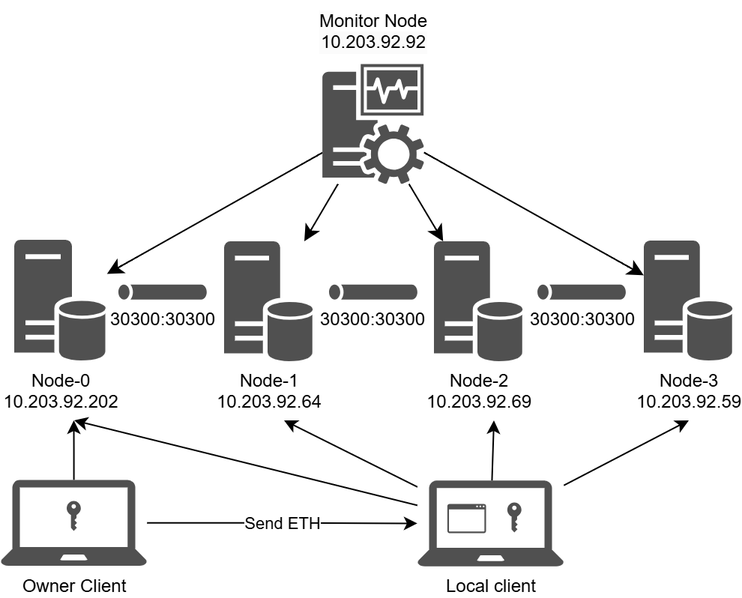
Above: images/node.png in c0a22098ea/web3-infrastructure (draw.io), before the change. Source tidied: cells renumbered, new cells last; positions are measured from the earlier drawing's top-left corner, leaving out a move shared by most shapes. Source of this version:
```xml
<mxGraphModel>
  <root>
    <mxCell id="0" />
    <mxCell id="1" parent="0" />
    <mxCell id="2" style="edgeStyle=none;curved=1;rounded=0;jettySize=auto;html=1;fontSize=12;startSize=8;endSize=8;" parent="1" edge="1" source="6" target="7">
      <mxGeometry relative="1" as="geometry" />
    </mxCell>
    <mxCell id="3" style="edgeStyle=none;curved=1;rounded=0;jettySize=auto;html=1;fontSize=12;startSize=8;endSize=8;" parent="1" edge="1" source="6" target="8">
      <mxGeometry relative="1" as="geometry" />
    </mxCell>
    <mxCell id="4" style="edgeStyle=none;curved=1;rounded=0;jettySize=auto;html=1;fontSize=12;startSize=8;endSize=8;" parent="1" edge="1" source="6" target="9">
      <mxGeometry relative="1" as="geometry" />
    </mxCell>
    <mxCell id="5" style="edgeStyle=none;curved=1;rounded=0;jettySize=auto;html=1;fontSize=12;startSize=8;endSize=8;" parent="1" edge="1" source="6" target="10">
      <mxGeometry relative="1" as="geometry" />
    </mxCell>
    <mxCell id="6" style="sketch=0;shadow=0;dashed=0;html=1;strokeColor=none;fillColor=#505050;labelPosition=center;verticalLabelPosition=bottom;verticalAlign=top;outlineConnect=0;align=center;shape=mxgraph.office.servers.monitoring_sql_reporting_services;" parent="1" vertex="1">
      <mxGeometry x="214.6" y="42.3" width="67.8" height="80" as="geometry" />
    </mxCell>
    <mxCell id="7" value="Node-0&lt;div&gt;10.203.92.202&lt;/div&gt;" style="sketch=0;shadow=0;dashed=0;html=1;strokeColor=none;fillColor=#505050;labelPosition=center;verticalLabelPosition=bottom;verticalAlign=top;outlineConnect=0;align=center;shape=mxgraph.office.servers.database_server;" parent="1" vertex="1">
      <mxGeometry x="9" y="159.5" width="61.9" height="80.5" as="geometry" />
    </mxCell>
    <mxCell id="8" value="Node-1&lt;div&gt;10.203.92.64&lt;/div&gt;" style="sketch=0;shadow=0;dashed=0;html=1;strokeColor=none;fillColor=#505050;labelPosition=center;verticalLabelPosition=bottom;verticalAlign=top;outlineConnect=0;align=center;shape=mxgraph.office.servers.database_server;" parent="1" vertex="1">
      <mxGeometry x="149" y="160.5" width="60" height="80" as="geometry" />
    </mxCell>
    <mxCell id="9" value="Node-2&lt;div&gt;10.203.92.69&lt;/div&gt;" style="sketch=0;shadow=0;dashed=0;html=1;strokeColor=none;fillColor=#505050;labelPosition=center;verticalLabelPosition=bottom;verticalAlign=top;outlineConnect=0;align=center;shape=mxgraph.office.servers.database_server;" parent="1" vertex="1">
      <mxGeometry x="289" y="160.5" width="60" height="80" as="geometry" />
    </mxCell>
    <mxCell id="10" value="Node-3&lt;div&gt;10.203.92.59&lt;/div&gt;" style="sketch=0;shadow=0;dashed=0;html=1;strokeColor=none;fillColor=#505050;labelPosition=center;verticalLabelPosition=bottom;verticalAlign=top;outlineConnect=0;align=center;shape=mxgraph.office.servers.database_server;" parent="1" vertex="1">
      <mxGeometry x="429" y="160" width="60" height="80" as="geometry" />
    </mxCell>
    <mxCell id="11" value="30300:30300" style="sketch=0;shadow=0;dashed=0;html=1;strokeColor=none;fillColor=#505050;labelPosition=center;verticalLabelPosition=bottom;verticalAlign=top;align=center;shape=mxgraph.office.servers.tunnel_straight;" parent="1" vertex="1">
      <mxGeometry x="78.5" y="189.4" width="58.9" height="10" as="geometry" />
    </mxCell>
    <mxCell id="12" value="30300:30300" style="sketch=0;shadow=0;dashed=0;html=1;strokeColor=none;fillColor=#505050;labelPosition=center;verticalLabelPosition=bottom;verticalAlign=top;align=center;shape=mxgraph.office.servers.tunnel_straight;" parent="1" vertex="1">
      <mxGeometry x="219" y="189.4" width="58.9" height="10" as="geometry" />
    </mxCell>
    <mxCell id="13" value="30300:30300" style="sketch=0;shadow=0;dashed=0;html=1;strokeColor=none;fillColor=#505050;labelPosition=center;verticalLabelPosition=bottom;verticalAlign=top;align=center;shape=mxgraph.office.servers.tunnel_straight;" parent="1" vertex="1">
      <mxGeometry x="358" y="189.4" width="58.9" height="10" as="geometry" />
    </mxCell>
    <mxCell id="14" value="&lt;span style=&quot;color: rgb(0, 0, 0); font-family: Helvetica; font-size: 12px; font-style: normal; font-variant-ligatures: normal; font-variant-caps: normal; font-weight: 400; letter-spacing: normal; orphans: 2; text-indent: 0px; text-transform: none; widows: 2; word-spacing: 0px; -webkit-text-stroke-width: 0px; white-space: nowrap; background-color: rgb(251, 251, 251); text-decoration-thickness: initial; text-decoration-style: initial; text-decoration-color: initial; float: none; display: inline !important;&quot;&gt;M&lt;/span&gt;&lt;span style=&quot;forced-color-adjust: none; color: light-dark(rgb(0, 0, 0), rgb(255, 255, 255)); font-family: Helvetica; font-size: 12px; font-style: normal; font-variant-ligatures: normal; font-variant-caps: normal; font-weight: 400; letter-spacing: normal; orphans: 2; text-indent: 0px; text-transform: none; widows: 2; word-spacing: 0px; -webkit-text-stroke-width: 0px; white-space: nowrap; background-color: transparent; text-decoration-thickness: initial; text-decoration-style: initial; text-decoration-color: initial;&quot;&gt;onitor Node&lt;/span&gt;&lt;div style=&quot;forced-color-adjust: none; color: rgb(0, 0, 0); font-family: Helvetica; font-size: 12px; font-style: normal; font-variant-ligatures: normal; font-variant-caps: normal; font-weight: 400; letter-spacing: normal; orphans: 2; text-indent: 0px; text-transform: none; widows: 2; word-spacing: 0px; -webkit-text-stroke-width: 0px; white-space: nowrap; background-color: rgb(251, 251, 251); text-decoration-thickness: initial; text-decoration-style: initial; text-decoration-color: initial;&quot;&gt;10.203.92.92&lt;/div&gt;" style="text;whiteSpace=wrap;html=1;align=center;" parent="1" vertex="1">
      <mxGeometry x="199" width="100" height="40.3" as="geometry" />
    </mxCell>
    <mxCell id="15" style="edgeStyle=none;curved=1;rounded=0;orthogonalLoop=1;jettySize=auto;html=1;entryX=0;entryY=0.5;entryDx=0;entryDy=0;fontSize=12;startSize=8;endSize=8;" parent="1" edge="1" source="14" target="14">
      <mxGeometry relative="1" as="geometry" />
    </mxCell>
    <mxCell id="16" style="rounded=0;jettySize=auto;html=1;" parent="1" edge="1" source="20">
      <mxGeometry relative="1" as="geometry">
        <mxPoint x="49" y="280" as="targetPoint" />
      </mxGeometry>
    </mxCell>
    <mxCell id="17" style="rounded=0;jettySize=auto;html=1;" parent="1" edge="1" source="20">
      <mxGeometry relative="1" as="geometry">
        <mxPoint x="189" y="280" as="targetPoint" />
      </mxGeometry>
    </mxCell>
    <mxCell id="18" style="rounded=0;jettySize=auto;html=1;" parent="1" edge="1" source="20">
      <mxGeometry relative="1" as="geometry">
        <mxPoint x="329" y="280" as="targetPoint" />
      </mxGeometry>
    </mxCell>
    <mxCell id="19" style="rounded=0;jettySize=auto;html=1;" parent="1" edge="1" source="20">
      <mxGeometry relative="1" as="geometry">
        <mxPoint x="459" y="280" as="targetPoint" />
      </mxGeometry>
    </mxCell>
    <mxCell id="20" value="Local client" style="sketch=0;shadow=0;dashed=0;html=1;strokeColor=none;fillColor=#505050;labelPosition=center;verticalLabelPosition=bottom;verticalAlign=top;outlineConnect=0;align=center;shape=mxgraph.office.devices.laptop;" parent="1" vertex="1">
      <mxGeometry x="277.9" y="320.1" width="97.7" height="57.3" as="geometry" />
    </mxCell>
    <mxCell id="21" style="sketch=0;shadow=0;dashed=0;html=1;strokeColor=none;fillColor=#505050;labelPosition=center;verticalLabelPosition=bottom;verticalAlign=top;align=center;shape=mxgraph.office.concepts.application_generic;" parent="1" vertex="1">
      <mxGeometry x="297.9" y="335.8" width="25.8" height="19.5" as="geometry" />
    </mxCell>
    <mxCell id="22" style="sketch=0;shadow=0;dashed=0;html=1;strokeColor=none;fillColor=#505050;labelPosition=center;verticalLabelPosition=bottom;verticalAlign=top;align=center;shape=mxgraph.office.security.key_permissions;" parent="1" vertex="1">
      <mxGeometry x="337.9" y="334.8" width="9.4" height="20" as="geometry" />
    </mxCell>
    <mxCell id="23" style="edgeStyle=orthogonalEdgeStyle;rounded=0;jettySize=auto;html=1;" parent="1" edge="1" source="26">
      <mxGeometry relative="1" as="geometry">
        <mxPoint x="48.7" y="280" as="targetPoint" />
      </mxGeometry>
    </mxCell>
    <mxCell id="24" style="edgeStyle=orthogonalEdgeStyle;rounded=0;jettySize=auto;html=1;" parent="1" edge="1" source="26" target="20">
      <mxGeometry relative="1" as="geometry" />
    </mxCell>
    <mxCell id="25" value="Send ETH" style="edgeLabel;html=1;align=center;verticalAlign=middle;" parent="24" vertex="1">
      <mxGeometry x="-0.02" relative="1" as="geometry" />
    </mxCell>
    <mxCell id="26" value="Owner Client" style="sketch=0;shadow=0;dashed=0;html=1;strokeColor=none;fillColor=#505050;labelPosition=center;verticalLabelPosition=bottom;verticalAlign=top;outlineConnect=0;align=center;shape=mxgraph.office.devices.laptop;" parent="1" vertex="1">
      <mxGeometry x="-0.1" y="319.7" width="97.7" height="57.3" as="geometry" />
    </mxCell>
    <mxCell id="27" style="sketch=0;shadow=0;dashed=0;html=1;strokeColor=none;fillColor=#505050;labelPosition=center;verticalLabelPosition=bottom;verticalAlign=top;align=center;shape=mxgraph.office.security.key_permissions;" parent="1" vertex="1">
      <mxGeometry x="44" y="333.7" width="9.4" height="20" as="geometry" />
    </mxCell>
  </root>
</mxGraphModel>
```
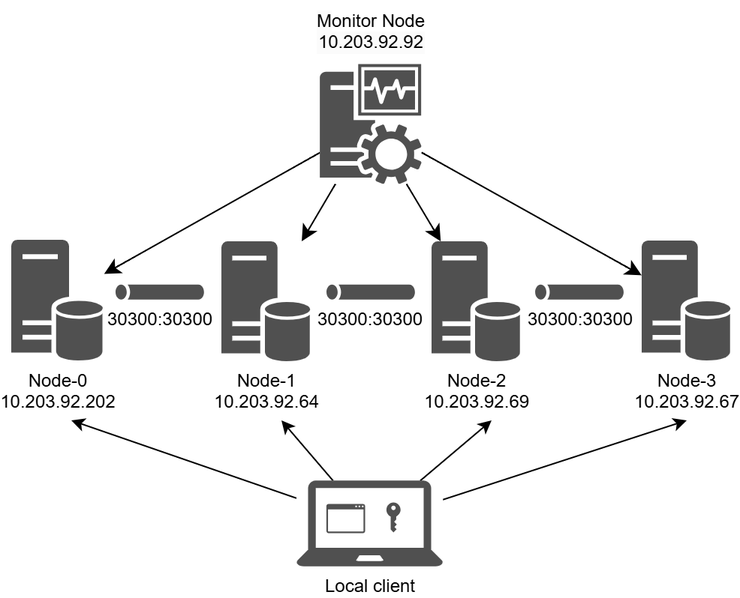
The same file after the commit.

Diff of the diagram source:
```diff
@@ -26,7 +26,7 @@
     <mxCell id="9" value="Node-2&lt;div&gt;10.203.92.69&lt;/div&gt;" style="sketch=0;shadow=0;dashed=0;html=1;strokeColor=none;fillColor=#505050;labelPosition=center;verticalLabelPosition=bottom;verticalAlign=top;outlineConnect=0;align=center;shape=mxgraph.office.servers.database_server;" parent="1" vertex="1">
       <mxGeometry x="289" y="160.5" width="60" height="80" as="geometry" />
     </mxCell>
-    <mxCell id="10" value="Node-3&lt;div&gt;10.203.92.59&lt;/div&gt;" style="sketch=0;shadow=0;dashed=0;html=1;strokeColor=none;fillColor=#505050;labelPosition=center;verticalLabelPosition=bottom;verticalAlign=top;outlineConnect=0;align=center;shape=mxgraph.office.servers.database_server;" parent="1" vertex="1">
+    <mxCell id="10" value="Node-3&lt;div&gt;10.203.92.67&lt;/div&gt;" style="sketch=0;shadow=0;dashed=0;html=1;strokeColor=none;fillColor=#505050;labelPosition=center;verticalLabelPosition=bottom;verticalAlign=top;outlineConnect=0;align=center;shape=mxgraph.office.servers.database_server;" parent="1" vertex="1">
       <mxGeometry x="429" y="160" width="60" height="80" as="geometry" />
     </mxCell>
     <mxCell id="11" value="30300:30300" style="sketch=0;shadow=0;dashed=0;html=1;strokeColor=none;fillColor=#505050;labelPosition=center;verticalLabelPosition=bottom;verticalAlign=top;align=center;shape=mxgraph.office.servers.tunnel_straight;" parent="1" vertex="1">
@@ -65,30 +65,13 @@
       </mxGeometry>
     </mxCell>
     <mxCell id="20" value="Local client" style="sketch=0;shadow=0;dashed=0;html=1;strokeColor=none;fillColor=#505050;labelPosition=center;verticalLabelPosition=bottom;verticalAlign=top;outlineConnect=0;align=center;shape=mxgraph.office.devices.laptop;" parent="1" vertex="1">
-      <mxGeometry x="277.9" y="320.1" width="97.7" height="57.3" as="geometry" />
+      <mxGeometry x="198.9" y="320.1" width="97.7" height="57.3" as="geometry" />
     </mxCell>
     <mxCell id="21" style="sketch=0;shadow=0;dashed=0;html=1;strokeColor=none;fillColor=#505050;labelPosition=center;verticalLabelPosition=bottom;verticalAlign=top;align=center;shape=mxgraph.office.concepts.application_generic;" parent="1" vertex="1">
-      <mxGeometry x="297.9" y="335.8" width="25.8" height="19.5" as="geometry" />
+      <mxGeometry x="218.9" y="335.8" width="25.8" height="19.5" as="geometry" />
     </mxCell>
     <mxCell id="22" style="sketch=0;shadow=0;dashed=0;html=1;strokeColor=none;fillColor=#505050;labelPosition=center;verticalLabelPosition=bottom;verticalAlign=top;align=center;shape=mxgraph.office.security.key_permissions;" parent="1" vertex="1">
-      <mxGeometry x="337.9" y="334.8" width="9.4" height="20" as="geometry" />
+      <mxGeometry x="258.9" y="334.8" width="9.4" height="20" as="geometry" />
     </mxCell>
-    <mxCell id="23" style="edgeStyle=orthogonalEdgeStyle;rounded=0;jettySize=auto;html=1;" parent="1" edge="1" source="26">
-      <mxGeometry relative="1" as="geometry">
-        <mxPoint x="48.7" y="280" as="targetPoint" />
-      </mxGeometry>
-    </mxCell>
-    <mxCell id="24" style="edgeStyle=orthogonalEdgeStyle;rounded=0;jettySize=auto;html=1;" parent="1" edge="1" source="26" target="20">
-      <mxGeometry relative="1" as="geometry" />
-    </mxCell>
-    <mxCell id="25" value="Send ETH" style="edgeLabel;html=1;align=center;verticalAlign=middle;" parent="24" vertex="1">
-      <mxGeometry x="-0.02" relative="1" as="geometry" />
-    </mxCell>
-    <mxCell id="26" value="Owner Client" style="sketch=0;shadow=0;dashed=0;html=1;strokeColor=none;fillColor=#505050;labelPosition=center;verticalLabelPosition=bottom;verticalAlign=top;outlineConnect=0;align=center;shape=mxgraph.office.devices.laptop;" parent="1" vertex="1">
-      <mxGeometry x="-0.1" y="319.7" width="97.7" height="57.3" as="geometry" />
-    </mxCell>
-    <mxCell id="27" style="sketch=0;shadow=0;dashed=0;html=1;strokeColor=none;fillColor=#505050;labelPosition=center;verticalLabelPosition=bottom;verticalAlign=top;align=center;shape=mxgraph.office.security.key_permissions;" parent="1" vertex="1">
-      <mxGeometry x="44" y="333.7" width="9.4" height="20" as="geometry" />
-    </mxCell>
   </root>
 </mxGraphModel>
```
